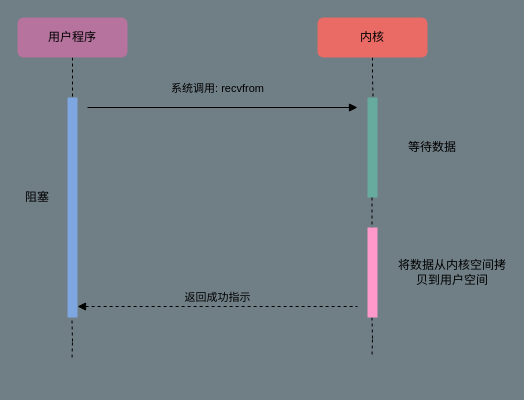
The draw.io diagram linux/epoll/epoll_3.drawio in happyxhw/drawio, before the edit. Source tidied: cells renumbered, new cells numbered last; positions are measured from the earlier drawing's top-left corner, leaving out a move shared by most shapes. Both pictures are drawn from the tidied source at 100%, with x=0, y=0 at pixel (17, 17).
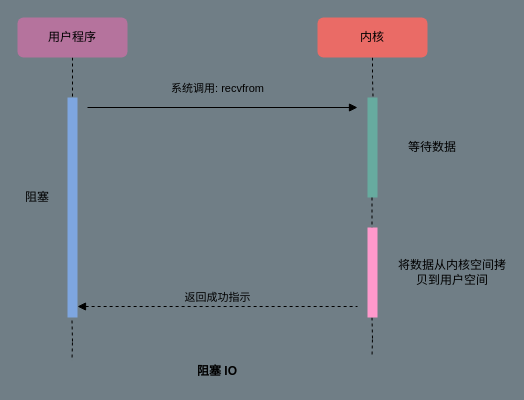
After the change.

The edit, as a diff of the source:
```diff
@@
+    <mxCell id="17" value="阻塞 IO" style="text;align=center;fontStyle=1;verticalAlign=middle;spacingLeft=3;spacingRight=3;strokeColor=none;" parent="1" vertex="1">
+      <mxGeometry x="160" y="340" width="80" height="26" as="geometry" />
+    </mxCell>
```
